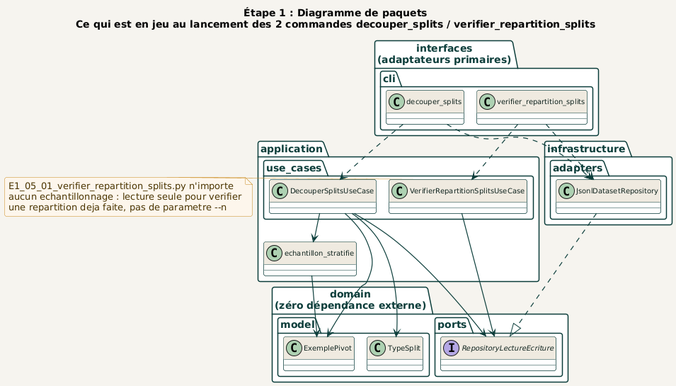
Earlier version of the PlantUML export docs/diagrams/02_etape1_donnees/paquets/decouper_splits_paquets.png (racemartin/m14_ocr).
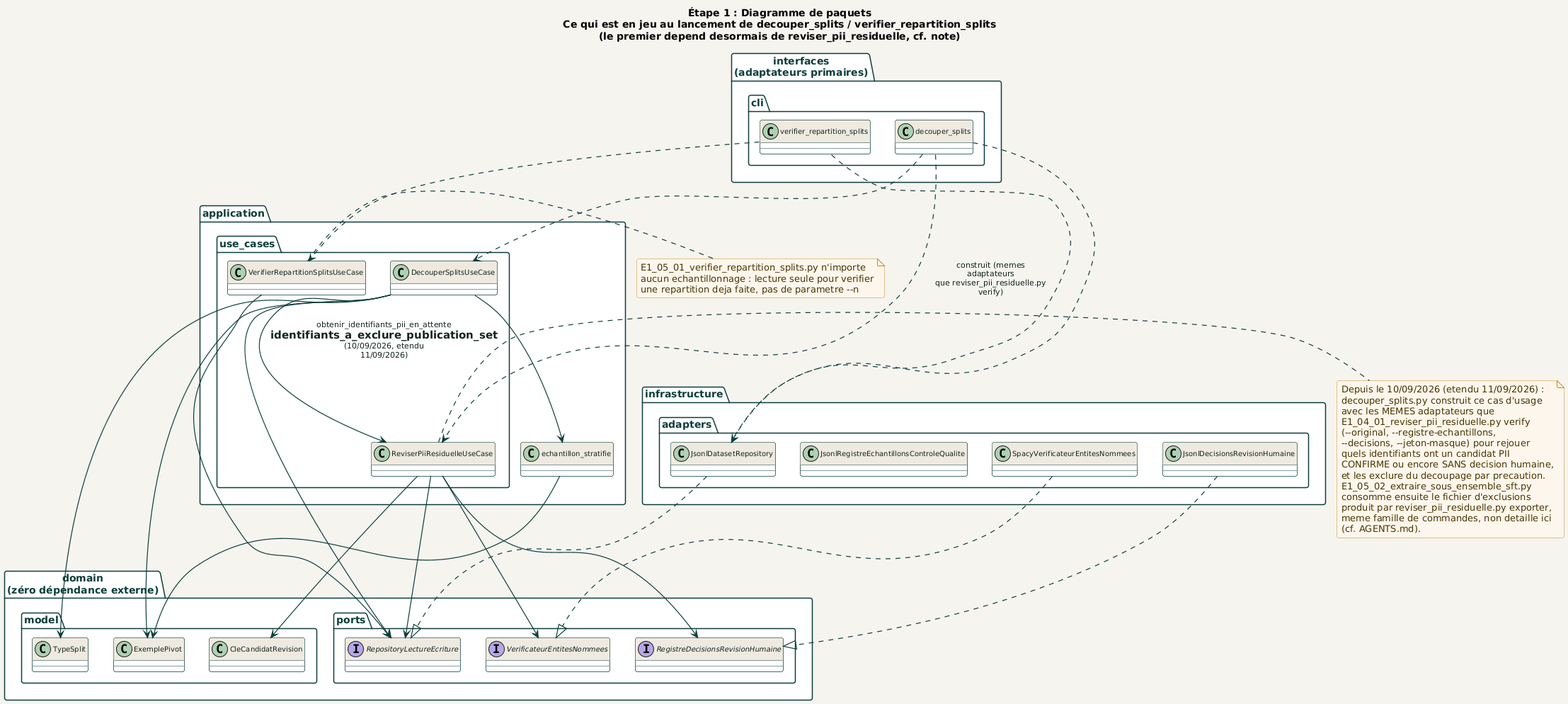
After the change.

What changed in the source:
```diff
@@ -1,8 +1,7 @@
 @startuml decouper_splits_paquets
-!pragma layout smetana
 !include ../../_common/estilo.iuml
 
-title Étape 1 : Diagramme de paquets\nCe qui est en jeu au lancement des 2 commandes decouper_splits / verifier_repartition_splits
+title Étape 1 : Diagramme de paquets\nCe qui est en jeu au lancement de decouper_splits / verifier_repartition_splits\n(le premier depend desormais de reviser_pii_residuelle, cf. note)
 
 package "interfaces\n(adaptateurs primaires)" as INTERFACES {
   package "cli" {
@@ -15,6 +14,7 @@
   package "use_cases" {
     class DecouperSplitsUseCase
     class VerifierRepartitionSplitsUseCase
+    class ReviserPiiResiduelleUseCase
   }
   class echantillon_stratifie
 }
@@ -23,21 +23,28 @@
   package "model" {
     class ExemplePivot
     class TypeSplit
+    class CleCandidatRevision
   }
   package "ports" {
     interface RepositoryLectureEcriture
+    interface VerificateurEntitesNommees
+    interface RegistreDecisionsRevisionHumaine
   }
 }
 
 package "infrastructure" as INFRASTRUCTURE {
   package "adapters" {
     class JsonlDatasetRepository
+    class SpacyVerificateurEntitesNommees
+    class JsonlRegistreEchantillonsControleQualite
+    class JsonlDecisionsRevisionHumaine
   }
 }
 
 
 decouper_splits ..> JsonlDatasetRepository
 decouper_splits ..> DecouperSplitsUseCase
+decouper_splits ..> ReviserPiiResiduelleUseCase : construit (memes adaptateurs\nque reviser_pii_residuelle.py verify)
 
 verifier_repartition_splits ..> JsonlDatasetRepository
 verifier_repartition_splits ..> VerifierRepartitionSplitsUseCase
@@ -46,12 +53,20 @@
 DecouperSplitsUseCase --> ExemplePivot
 DecouperSplitsUseCase --> TypeSplit
 DecouperSplitsUseCase --> RepositoryLectureEcriture
+DecouperSplitsUseCase --> ReviserPiiResiduelleUseCase : obtenir_identifiants_pii_en_attente\n= identifiants_a_exclure_publication_set\n(10/09/2026, etendu 11/09/2026)
+
+ReviserPiiResiduelleUseCase --> RepositoryLectureEcriture
+ReviserPiiResiduelleUseCase --> VerificateurEntitesNommees
+ReviserPiiResiduelleUseCase --> RegistreDecisionsRevisionHumaine
+ReviserPiiResiduelleUseCase --> CleCandidatRevision
 
 VerifierRepartitionSplitsUseCase --> RepositoryLectureEcriture
 
 echantillon_stratifie --> ExemplePivot
 
 JsonlDatasetRepository ..|> RepositoryLectureEcriture
+SpacyVerificateurEntitesNommees ..|> VerificateurEntitesNommees
+JsonlDecisionsRevisionHumaine ..|> RegistreDecisionsRevisionHumaine
 
 note right of VerifierRepartitionSplitsUseCase
   E1_05_01_verifier_repartition_splits.py n'importe
@@ -59,4 +74,21 @@
   une repartition deja faite, pas de parametre --n
 end note
 
+note right of ReviserPiiResiduelleUseCase
+  Depuis le 10/09/2026 (etendu 11/09/2026) :
+  decouper_splits.py construit ce cas d'usage
+  avec les MEMES adaptateurs que
+  E1_04_01_reviser_pii_residuelle.py verify
+  (~-~-original, ~-~-registre-echantillons,
+  ~-~-decisions, ~-~-jeton-masque) pour rejouer
+  quels identifiants ont un candidat PII
+  CONFIRME ou encore SANS decision humaine,
+  et les exclure du decoupage par precaution.
+  E1_05_02_extraire_sous_ensemble_sft.py
+  consomme ensuite le fichier d'exclusions
+  produit par reviser_pii_residuelle.py exporter,
+  meme famille de commandes, non detaille ici
+  (cf. AGENTS.md).
+end note
+
 @enduml
```
